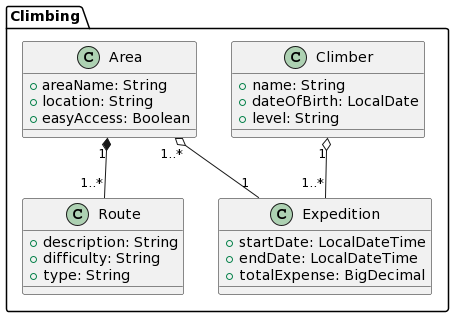
Earlier version of the PlantUML export docs/climbing.models.png (wzzzzwwzw/apaw-practice). The source it was exported from:
```plantuml
@startuml
package Climbing {

  class Climber {
    +name: String
    +dateOfBirth: LocalDate
    +level: String
  }

  class Area {
    +areaName: String
    +location: String
    +easyAccess: Boolean
  }

  class Expedition {
    +startDate: LocalDateTime
    +endDate: LocalDateTime
    +totalExpense: BigDecimal
  }

  class Route {
    +description: String
    +difficulty: String
    +type: String
  }

  Climber "1" o-- "1..*" Expedition
  Area "1..*" o-- "1" Expedition
  Area "1" *-- "1..*" Route

}
@enduml
```
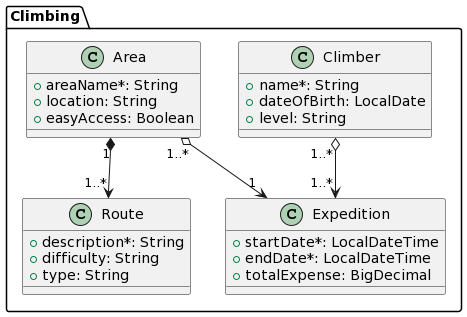
Above is the later version.

Commit message:
fixing climbing model UML diagram #452

Diff of the diagram source:
```diff
@@ -2,32 +2,32 @@
 package Climbing {
 
   class Climber {
-    +name: String
+    +name*: String
     +dateOfBirth: LocalDate
     +level: String
   }
 
   class Area {
-    +areaName: String
+    +areaName*: String
     +location: String
     +easyAccess: Boolean
   }
 
   class Expedition {
-    +startDate: LocalDateTime
-    +endDate: LocalDateTime
+    +startDate*: LocalDateTime
+    +endDate*: LocalDateTime
     +totalExpense: BigDecimal
   }
 
   class Route {
-    +description: String
+    +description*: String
     +difficulty: String
     +type: String
   }
 
-  Climber "1" o-- "1..*" Expedition
-  Area "1..*" o-- "1" Expedition
-  Area "1" *-- "1..*" Route
+  Climber "1..*" o--> "1..*" Expedition
+  Area "1..*" o--> "1" Expedition
+  Area "1" *--> "1..*" Route
 
 }
 @enduml
```
